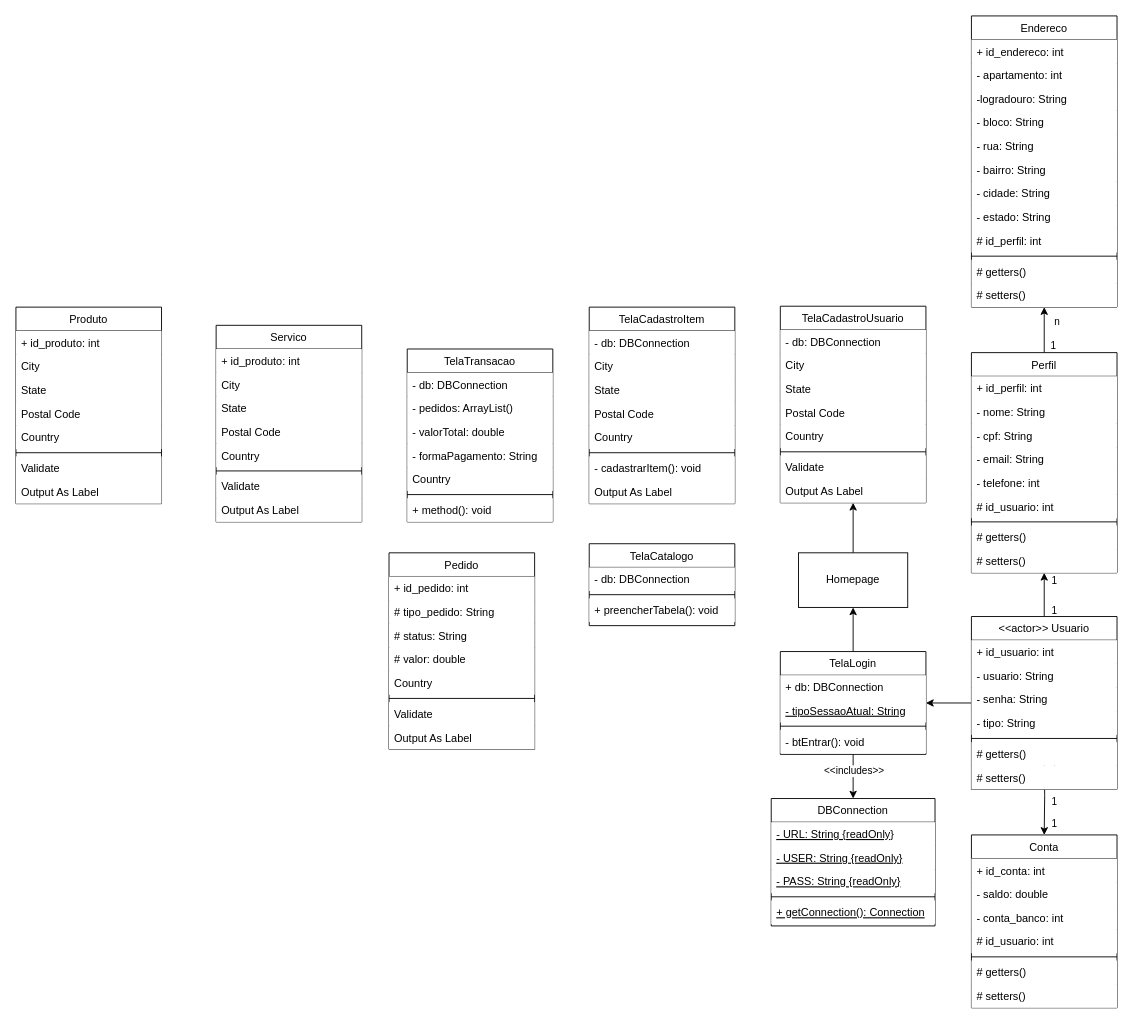
This is Diagrama sem nome.drawio from MolisaxD/VixMinSA, a draw.io file, before an edit. Source tidied: cells renumbered, new cells numbered last; positions are measured from the earlier drawing's top-left corner, leaving out a move shared by most shapes. Both pictures are drawn from the tidied source at 91%, with x=0, y=0 at pixel (15, 15).
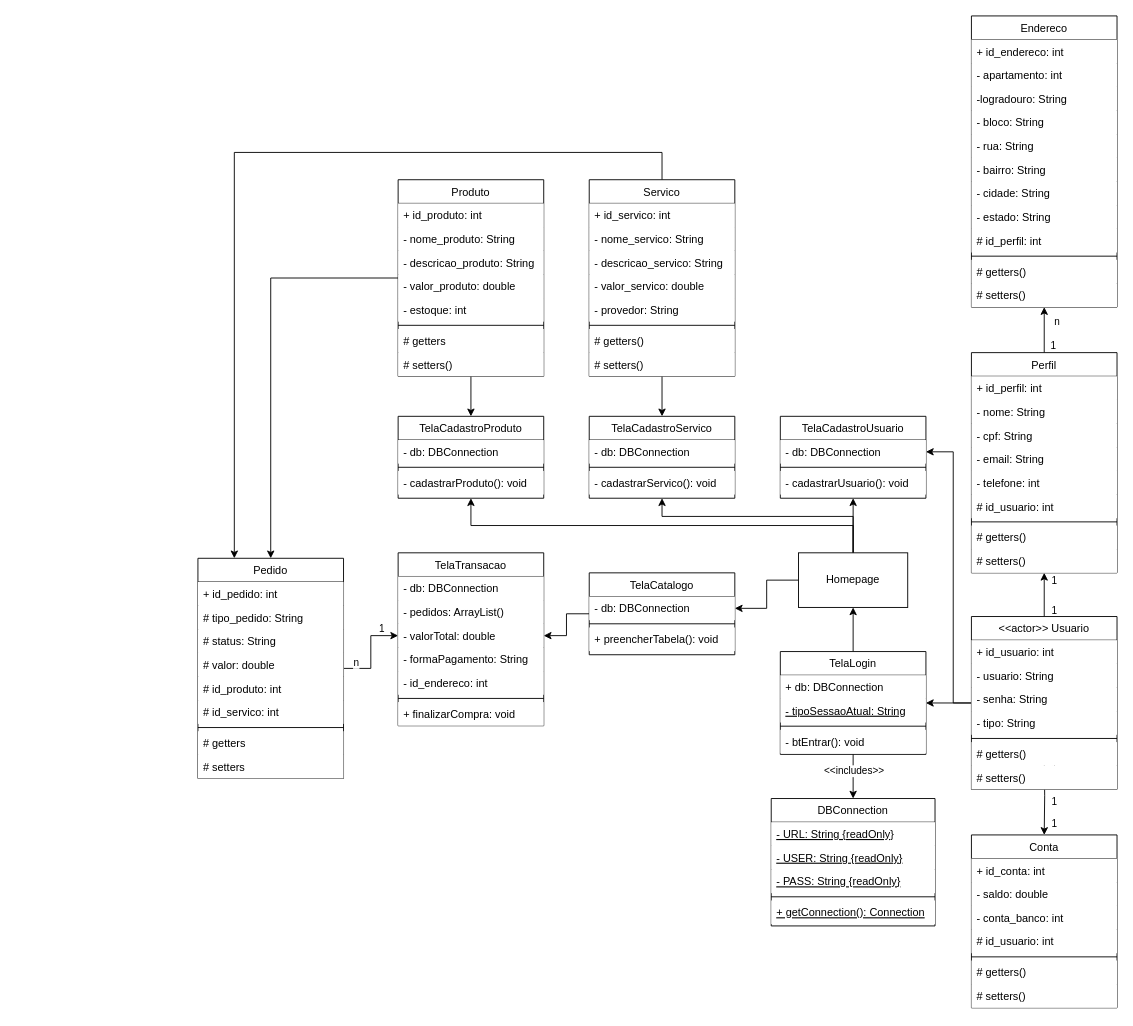
Above is the later version.

The change refers to these unchanged cells:
```xml
<mxCell id="18" value="&lt;&lt;actor&gt;&gt; Usuario" style="swimlane;fontStyle=0;align=center;verticalAlign=top;horizontal=1;startSize=26;rounded=0;shadow=0;strokeWidth=1;fillColor=default;gradientColor=none;" parent="1" vertex="1">
  <mxGeometry x="1050" y="660" width="160" height="190" as="geometry" />
</mxCell>
<mxCell id="85" value="Homepage" style="rounded=0;whiteSpace=wrap;html=1;" parent="1" vertex="1">
  <mxGeometry x="860" y="590" width="120" height="60" as="geometry" />
</mxCell>
<mxCell id="89" value="- valorTotal: double" style="text;align=left;verticalAlign=top;spacingLeft=4;spacingRight=4;overflow=hidden;points=[[0,0.5],[1,0.5]];portConstraint=eastwest;rounded=0;shadow=0;html=0;fillColor=default;" parent="86" vertex="1">
  <mxGeometry y="78" width="160" height="26" as="geometry" />
</mxCell>
<mxCell id="104" value="- db: DBConnection" style="text;align=left;verticalAlign=top;spacingLeft=4;spacingRight=4;overflow=hidden;points=[[0,0.5],[1,0.5]];portConstraint=eastwest;fillColor=default;" parent="103" vertex="1">
  <mxGeometry y="26" width="160" height="26" as="geometry" />
</mxCell>
<mxCell id="122" value="- db: DBConnection" style="text;align=left;verticalAlign=top;spacingLeft=4;spacingRight=4;overflow=hidden;points=[[0,0.5],[1,0.5]];portConstraint=eastwest;fillColor=default;" parent="121" vertex="1">
  <mxGeometry y="26" width="160" height="26" as="geometry" />
</mxCell>
```

Diff of the diagram source:
```diff
@@
+    <mxCell id="125" style="edgeStyle=orthogonalEdgeStyle;rounded=0;jettySize=auto;html=1;entryX=1;entryY=0.5;entryDx=0;entryDy=0;" parent="1" edge="1" source="18" target="104">
+      <mxGeometry relative="1" as="geometry">
+        <Array as="points">
+          <mxPoint x="1030" y="755" />
+          <mxPoint x="1030" y="479" />
+        </Array>
+      </mxGeometry>
+    </mxCell>
@@
+    <mxCell id="126" style="edgeStyle=orthogonalEdgeStyle;rounded=0;jettySize=auto;html=1;" parent="1" edge="1" source="32" target="112">
+      <mxGeometry relative="1" as="geometry" />
+    </mxCell>
+    <mxCell id="127" style="edgeStyle=orthogonalEdgeStyle;rounded=0;jettySize=auto;html=1;entryX=0.5;entryY=0;entryDx=0;entryDy=0;" parent="1" edge="1" source="32" target="94">
+      <mxGeometry relative="1" as="geometry" />
+    </mxCell>
     <mxCell id="32" value="Produto" style="swimlane;fontStyle=0;align=center;verticalAlign=top;horizontal=1;startSize=26;rounded=0;shadow=0;strokeWidth=1;fillColor=default;gradientColor=none;" parent="1" vertex="1">
-      <mxGeometry y="320" width="160" height="216" as="geometry" />
+      <mxGeometry x="420" y="180" width="160" height="216" as="geometry" />
     </mxCell>
@@
-    <mxCell id="34" value="City" style="text;align=left;verticalAlign=top;spacingLeft=4;spacingRight=4;overflow=hidden;rounded=0;shadow=0;html=0;fillColor=default;" parent="32" vertex="1">
+    <mxCell id="34" value="- nome_produto: String" style="text;align=left;verticalAlign=top;spacingLeft=4;spacingRight=4;overflow=hidden;rounded=0;shadow=0;html=0;fillColor=default;" parent="32" vertex="1">
       <mxGeometry y="52" width="160" height="26" as="geometry" />
     </mxCell>
-    <mxCell id="35" value="State" style="text;align=left;verticalAlign=top;spacingLeft=4;spacingRight=4;overflow=hidden;rounded=0;shadow=0;html=0;fillColor=default;" parent="32" vertex="1">
+    <mxCell id="35" value="- descricao_produto: String" style="text;align=left;verticalAlign=top;spacingLeft=4;spacingRight=4;overflow=hidden;rounded=0;shadow=0;html=0;fillColor=default;" parent="32" vertex="1">
       <mxGeometry y="78" width="160" height="26" as="geometry" />
     </mxCell>
-    <mxCell id="36" value="Postal Code" style="text;align=left;verticalAlign=top;spacingLeft=4;spacingRight=4;overflow=hidden;rounded=0;shadow=0;html=0;fillColor=default;" parent="32" vertex="1">
+    <mxCell id="36" value="- valor_produto: double" style="text;align=left;verticalAlign=top;spacingLeft=4;spacingRight=4;overflow=hidden;rounded=0;shadow=0;html=0;fillColor=default;" parent="32" vertex="1">
       <mxGeometry y="104" width="160" height="26" as="geometry" />
     </mxCell>
-    <mxCell id="37" value="Country" style="text;align=left;verticalAlign=top;spacingLeft=4;spacingRight=4;overflow=hidden;rounded=0;shadow=0;html=0;fillColor=default;" parent="32" vertex="1">
+    <mxCell id="37" value="- estoque: int" style="text;align=left;verticalAlign=top;spacingLeft=4;spacingRight=4;overflow=hidden;rounded=0;shadow=0;html=0;fillColor=default;" parent="32" vertex="1">
       <mxGeometry y="130" width="160" height="26" as="geometry" />
     </mxCell>
@@
-    <mxCell id="39" value="Validate" style="text;align=left;verticalAlign=top;spacingLeft=4;spacingRight=4;overflow=hidden;fillColor=default;" parent="32" vertex="1">
+    <mxCell id="39" value="# getters" style="text;align=left;verticalAlign=top;spacingLeft=4;spacingRight=4;overflow=hidden;fillColor=default;" parent="32" vertex="1">
       <mxGeometry y="164" width="160" height="26" as="geometry" />
     </mxCell>
-    <mxCell id="40" value="Output As Label" style="text;align=left;verticalAlign=top;spacingLeft=4;spacingRight=4;overflow=hidden;fillColor=default;" parent="32" vertex="1">
-      <mxGeometry y="190" width="160" height="26" as="geometry" />
-    </mxCell>
+    <mxCell id="128" value="# setters()" style="text;align=left;verticalAlign=top;spacingLeft=4;spacingRight=4;overflow=hidden;fillColor=default;" parent="32" vertex="1">
+      <mxGeometry y="190" width="160" height="26" as="geometry" />
+    </mxCell>
+    <mxCell id="129" style="edgeStyle=orthogonalEdgeStyle;rounded=0;jettySize=auto;html=1;" parent="1" edge="1" source="41" target="143">
+      <mxGeometry relative="1" as="geometry" />
+    </mxCell>
+    <mxCell id="130" style="edgeStyle=orthogonalEdgeStyle;rounded=0;jettySize=auto;html=1;entryX=0.25;entryY=0;entryDx=0;entryDy=0;" parent="1" edge="1" source="41" target="94">
+      <mxGeometry relative="1" as="geometry">
+        <Array as="points">
+          <mxPoint x="710" y="150" />
+          <mxPoint x="240" y="150" />
+        </Array>
+      </mxGeometry>
+    </mxCell>
     <mxCell id="41" value="Servico" style="swimlane;fontStyle=0;align=center;verticalAlign=top;horizontal=1;startSize=26;rounded=0;shadow=0;strokeWidth=1;fillColor=default;gradientColor=none;" parent="1" vertex="1">
-      <mxGeometry x="220" y="340" width="160" height="216" as="geometry" />
+      <mxGeometry x="630" y="180" width="160" height="216" as="geometry" />
     </mxCell>
-    <mxCell id="42" value="+ id_produto: int" style="text;align=left;verticalAlign=top;spacingLeft=4;spacingRight=4;overflow=hidden;fillColor=default;" parent="41" vertex="1">
+    <mxCell id="42" value="+ id_servico: int" style="text;align=left;verticalAlign=top;spacingLeft=4;spacingRight=4;overflow=hidden;fillColor=default;" parent="41" vertex="1">
       <mxGeometry y="26" width="160" height="26" as="geometry" />
     </mxCell>
-    <mxCell id="43" value="City" style="text;align=left;verticalAlign=top;spacingLeft=4;spacingRight=4;overflow=hidden;rounded=0;shadow=0;html=0;fillColor=default;" parent="41" vertex="1">
+    <mxCell id="43" value="- nome_servico: String" style="text;align=left;verticalAlign=top;spacingLeft=4;spacingRight=4;overflow=hidden;rounded=0;shadow=0;html=0;fillColor=default;" parent="41" vertex="1">
       <mxGeometry y="52" width="160" height="26" as="geometry" />
     </mxCell>
-    <mxCell id="44" value="State" style="text;align=left;verticalAlign=top;spacingLeft=4;spacingRight=4;overflow=hidden;rounded=0;shadow=0;html=0;fillColor=default;" parent="41" vertex="1">
+    <mxCell id="44" value="- descricao_servico: String" style="text;align=left;verticalAlign=top;spacingLeft=4;spacingRight=4;overflow=hidden;rounded=0;shadow=0;html=0;fillColor=default;" parent="41" vertex="1">
       <mxGeometry y="78" width="160" height="26" as="geometry" />
     </mxCell>
-    <mxCell id="45" value="Postal Code" style="text;align=left;verticalAlign=top;spacingLeft=4;spacingRight=4;overflow=hidden;rounded=0;shadow=0;html=0;fillColor=default;" parent="41" vertex="1">
+    <mxCell id="45" value="- valor_servico: double" style="text;align=left;verticalAlign=top;spacingLeft=4;spacingRight=4;overflow=hidden;rounded=0;shadow=0;html=0;fillColor=default;" parent="41" vertex="1">
       <mxGeometry y="104" width="160" height="26" as="geometry" />
     </mxCell>
-    <mxCell id="46" value="Country" style="text;align=left;verticalAlign=top;spacingLeft=4;spacingRight=4;overflow=hidden;rounded=0;shadow=0;html=0;fillColor=default;" parent="41" vertex="1">
+    <mxCell id="46" value="- provedor: String" style="text;align=left;verticalAlign=top;spacingLeft=4;spacingRight=4;overflow=hidden;rounded=0;shadow=0;html=0;fillColor=default;" parent="41" vertex="1">
       <mxGeometry y="130" width="160" height="26" as="geometry" />
     </mxCell>
@@
-    <mxCell id="48" value="Validate" style="text;align=left;verticalAlign=top;spacingLeft=4;spacingRight=4;overflow=hidden;fillColor=default;" parent="41" vertex="1">
+    <mxCell id="48" value="# getters()" style="text;align=left;verticalAlign=top;spacingLeft=4;spacingRight=4;overflow=hidden;fillColor=default;" parent="41" vertex="1">
       <mxGeometry y="164" width="160" height="26" as="geometry" />
     </mxCell>
-    <mxCell id="49" value="Output As Label" style="text;align=left;verticalAlign=top;spacingLeft=4;spacingRight=4;overflow=hidden;fillColor=default;" parent="41" vertex="1">
-      <mxGeometry y="190" width="160" height="26" as="geometry" />
-    </mxCell>
+    <mxCell id="131" value="# setters()" style="text;align=left;verticalAlign=top;spacingLeft=4;spacingRight=4;overflow=hidden;fillColor=default;" parent="41" vertex="1">
+      <mxGeometry y="190" width="160" height="26" as="geometry" />
+    </mxCell>
@@
+    <mxCell id="132" style="edgeStyle=orthogonalEdgeStyle;rounded=0;jettySize=auto;html=1;entryX=0.5;entryY=1;entryDx=0;entryDy=0;" parent="1" edge="1" source="85" target="143">
+      <mxGeometry relative="1" as="geometry">
+        <Array as="points">
+          <mxPoint x="920" y="550" />
+          <mxPoint x="710" y="550" />
+        </Array>
+      </mxGeometry>
+    </mxCell>
+    <mxCell id="133" style="edgeStyle=orthogonalEdgeStyle;rounded=0;jettySize=auto;html=1;entryX=0.5;entryY=1;entryDx=0;entryDy=0;" parent="1" edge="1" source="85" target="112">
+      <mxGeometry relative="1" as="geometry">
+        <Array as="points">
+          <mxPoint x="920" y="560" />
+          <mxPoint x="500" y="560" />
+        </Array>
+      </mxGeometry>
+    </mxCell>
+    <mxCell id="134" style="edgeStyle=orthogonalEdgeStyle;rounded=0;jettySize=auto;html=1;" parent="1" edge="1" source="85" target="122">
+      <mxGeometry relative="1" as="geometry" />
+    </mxCell>
@@
     <mxCell id="86" value="TelaTransacao" style="swimlane;fontStyle=0;align=center;verticalAlign=top;horizontal=1;startSize=26;rounded=0;shadow=0;strokeWidth=1;fillColor=default;gradientColor=none;" parent="1" vertex="1">
-      <mxGeometry x="430" y="366" width="160" height="190" as="geometry" />
+      <mxGeometry x="420" y="590" width="160" height="190" as="geometry" />
     </mxCell>
@@
-    <mxCell id="91" value="Country" style="text;align=left;verticalAlign=top;spacingLeft=4;spacingRight=4;overflow=hidden;rounded=0;shadow=0;html=0;fillColor=default;" parent="86" vertex="1">
-      <mxGeometry y="130" width="160" height="26" as="geometry" />
-    </mxCell>
+    <mxCell id="135" value="- id_endereco: int" style="text;align=left;verticalAlign=top;spacingLeft=4;spacingRight=4;overflow=hidden;rounded=0;shadow=0;html=0;fillColor=default;" parent="86" vertex="1">
+      <mxGeometry y="130" width="160" height="26" as="geometry" />
+    </mxCell>
@@
-    <mxCell id="93" value="+ method(): void " style="text;align=left;verticalAlign=top;spacingLeft=4;spacingRight=4;overflow=hidden;fillColor=default;" parent="86" vertex="1">
+    <mxCell id="93" value="+ finalizarCompra: void " style="text;align=left;verticalAlign=top;spacingLeft=4;spacingRight=4;overflow=hidden;fillColor=default;" parent="86" vertex="1">
       <mxGeometry y="164" width="160" height="26" as="geometry" />
     </mxCell>
+    <mxCell id="136" style="edgeStyle=orthogonalEdgeStyle;rounded=0;jettySize=auto;html=1;entryX=0;entryY=0.5;entryDx=0;entryDy=0;" parent="1" edge="1" source="94" target="89">
+      <mxGeometry relative="1" as="geometry" />
+    </mxCell>
+    <mxCell id="137" value="1" style="edgeLabel;html=1;align=center;verticalAlign=middle;" parent="136" vertex="1">
+      <mxGeometry x="0.6" y="1" relative="1" as="geometry">
+        <mxPoint y="-8" as="offset" />
+      </mxGeometry>
+    </mxCell>
+    <mxCell id="138" value="n" style="edgeLabel;html=1;align=center;verticalAlign=middle;" parent="136" vertex="1">
+      <mxGeometry x="-0.83" relative="1" as="geometry">
+        <mxPoint x="5" y="-7" as="offset" />
+      </mxGeometry>
+    </mxCell>
     <mxCell id="94" value="Pedido" style="swimlane;fontStyle=0;align=center;verticalAlign=top;horizontal=1;startSize=26;rounded=0;shadow=0;strokeWidth=1;fillColor=default;gradientColor=none;" parent="1" vertex="1">
-      <mxGeometry x="410" y="590" width="160" height="216" as="geometry" />
+      <mxGeometry x="200" y="596" width="160" height="242" as="geometry" />
     </mxCell>
@@
-    <mxCell id="99" value="Country" style="text;align=left;verticalAlign=top;spacingLeft=4;spacingRight=4;overflow=hidden;rounded=0;shadow=0;html=0;fillColor=default;" parent="94" vertex="1">
-      <mxGeometry y="130" width="160" height="26" as="geometry" />
-    </mxCell>
+    <mxCell id="139" value="# id_produto: int" style="text;align=left;verticalAlign=top;spacingLeft=4;spacingRight=4;overflow=hidden;rounded=0;shadow=0;html=0;fillColor=default;" parent="94" vertex="1">
+      <mxGeometry y="130" width="160" height="26" as="geometry" />
+    </mxCell>
+    <mxCell id="140" value="# id_servico: int" style="text;align=left;verticalAlign=top;spacingLeft=4;spacingRight=4;overflow=hidden;rounded=0;shadow=0;html=0;fillColor=default;" parent="94" vertex="1">
+      <mxGeometry y="156" width="160" height="26" as="geometry" />
+    </mxCell>
     <mxCell id="100" style="line;html=1;strokeWidth=1;align=left;verticalAlign=middle;spacingTop=-1;spacingLeft=3;spacingRight=3;labelPosition=right;" parent="94" vertex="1">
-      <mxGeometry y="156" width="160" height="8" as="geometry" />
+      <mxGeometry y="182" width="160" height="8" as="geometry" />
     </mxCell>
-    <mxCell id="101" value="Validate" style="text;align=left;verticalAlign=top;spacingLeft=4;spacingRight=4;overflow=hidden;fillColor=default;" parent="94" vertex="1">
-      <mxGeometry y="164" width="160" height="26" as="geometry" />
+    <mxCell id="101" value="# getters" style="text;align=left;verticalAlign=top;spacingLeft=4;spacingRight=4;overflow=hidden;fillColor=default;" parent="94" vertex="1">
+      <mxGeometry y="190" width="160" height="26" as="geometry" />
     </mxCell>
-    <mxCell id="102" value="Output As Label" style="text;align=left;verticalAlign=top;spacingLeft=4;spacingRight=4;overflow=hidden;fillColor=default;" parent="94" vertex="1">
-      <mxGeometry y="190" width="160" height="26" as="geometry" />
-    </mxCell>
+    <mxCell id="141" value="# setters" style="text;align=left;verticalAlign=top;spacingLeft=4;spacingRight=4;overflow=hidden;fillColor=default;" parent="94" vertex="1">
+      <mxGeometry y="216" width="160" height="26" as="geometry" />
+    </mxCell>
     <mxCell id="103" value="TelaCadastroUsuario" style="swimlane;fontStyle=0;align=center;verticalAlign=top;horizontal=1;startSize=26;rounded=0;shadow=0;strokeWidth=1;fillColor=default;gradientColor=none;" parent="1" vertex="1">
-      <mxGeometry x="840" y="319" width="160" height="216" as="geometry" />
+      <mxGeometry x="840" y="440" width="160" height="90" as="geometry" />
     </mxCell>
@@
-    <mxCell id="105" value="City" style="text;align=left;verticalAlign=top;spacingLeft=4;spacingRight=4;overflow=hidden;rounded=0;shadow=0;html=0;fillColor=default;" parent="103" vertex="1">
-      <mxGeometry y="52" width="160" height="26" as="geometry" />
-    </mxCell>
-    <mxCell id="106" value="State" style="text;align=left;verticalAlign=top;spacingLeft=4;spacingRight=4;overflow=hidden;rounded=0;shadow=0;html=0;fillColor=default;" parent="103" vertex="1">
-      <mxGeometry y="78" width="160" height="26" as="geometry" />
-    </mxCell>
-    <mxCell id="107" value="Postal Code" style="text;align=left;verticalAlign=top;spacingLeft=4;spacingRight=4;overflow=hidden;rounded=0;shadow=0;html=0;fillColor=default;" parent="103" vertex="1">
-      <mxGeometry y="104" width="160" height="26" as="geometry" />
-    </mxCell>
-    <mxCell id="108" value="Country" style="text;align=left;verticalAlign=top;spacingLeft=4;spacingRight=4;overflow=hidden;rounded=0;shadow=0;html=0;fillColor=default;" parent="103" vertex="1">
-      <mxGeometry y="130" width="160" height="26" as="geometry" />
-    </mxCell>
     <mxCell id="109" style="line;html=1;strokeWidth=1;align=left;verticalAlign=middle;spacingTop=-1;spacingLeft=3;spacingRight=3;labelPosition=right;" parent="103" vertex="1">
-      <mxGeometry y="156" width="160" height="8" as="geometry" />
+      <mxGeometry y="52" width="160" height="8" as="geometry" />
     </mxCell>
-    <mxCell id="110" value="Validate" style="text;align=left;verticalAlign=top;spacingLeft=4;spacingRight=4;overflow=hidden;fillColor=default;" parent="103" vertex="1">
-      <mxGeometry y="164" width="160" height="26" as="geometry" />
+    <mxCell id="110" value="- cadastrarUsuario(): void" style="text;align=left;verticalAlign=top;spacingLeft=4;spacingRight=4;overflow=hidden;fillColor=default;" parent="103" vertex="1">
+      <mxGeometry y="60" width="160" height="26" as="geometry" />
     </mxCell>
-    <mxCell id="111" value="Output As Label" style="text;align=left;verticalAlign=top;spacingLeft=4;spacingRight=4;overflow=hidden;fillColor=default;" parent="103" vertex="1">
-      <mxGeometry y="190" width="160" height="26" as="geometry" />
-    </mxCell>
-    <mxCell id="112" value="TelaCadastroItem" style="swimlane;fontStyle=0;align=center;verticalAlign=top;horizontal=1;startSize=26;rounded=0;shadow=0;strokeWidth=1;fillColor=default;gradientColor=none;" parent="1" vertex="1">
-      <mxGeometry x="630" y="320" width="160" height="216" as="geometry" />
+    <mxCell id="112" value="TelaCadastroProduto" style="swimlane;fontStyle=0;align=center;verticalAlign=top;horizontal=1;startSize=26;rounded=0;shadow=0;strokeWidth=1;fillColor=default;gradientColor=none;" parent="1" vertex="1">
+      <mxGeometry x="420" y="440" width="160" height="90" as="geometry" />
     </mxCell>
@@
-    <mxCell id="114" value="City" style="text;align=left;verticalAlign=top;spacingLeft=4;spacingRight=4;overflow=hidden;rounded=0;shadow=0;html=0;fillColor=default;" parent="112" vertex="1">
-      <mxGeometry y="52" width="160" height="26" as="geometry" />
-    </mxCell>
-    <mxCell id="115" value="State" style="text;align=left;verticalAlign=top;spacingLeft=4;spacingRight=4;overflow=hidden;rounded=0;shadow=0;html=0;fillColor=default;" parent="112" vertex="1">
-      <mxGeometry y="78" width="160" height="26" as="geometry" />
-    </mxCell>
-    <mxCell id="116" value="Postal Code" style="text;align=left;verticalAlign=top;spacingLeft=4;spacingRight=4;overflow=hidden;rounded=0;shadow=0;html=0;fillColor=default;" parent="112" vertex="1">
-      <mxGeometry y="104" width="160" height="26" as="geometry" />
-    </mxCell>
-    <mxCell id="117" value="Country" style="text;align=left;verticalAlign=top;spacingLeft=4;spacingRight=4;overflow=hidden;rounded=0;shadow=0;html=0;fillColor=default;" parent="112" vertex="1">
-      <mxGeometry y="130" width="160" height="26" as="geometry" />
-    </mxCell>
     <mxCell id="118" style="line;html=1;strokeWidth=1;align=left;verticalAlign=middle;spacingTop=-1;spacingLeft=3;spacingRight=3;labelPosition=right;" parent="112" vertex="1">
-      <mxGeometry y="156" width="160" height="8" as="geometry" />
+      <mxGeometry y="52" width="160" height="8" as="geometry" />
     </mxCell>
-    <mxCell id="119" value="- cadastrarItem(): void" style="text;align=left;verticalAlign=top;spacingLeft=4;spacingRight=4;overflow=hidden;fillColor=default;" parent="112" vertex="1">
-      <mxGeometry y="164" width="160" height="26" as="geometry" />
+    <mxCell id="119" value="- cadastrarProduto(): void" style="text;align=left;verticalAlign=top;spacingLeft=4;spacingRight=4;overflow=hidden;fillColor=default;" parent="112" vertex="1">
+      <mxGeometry y="60" width="160" height="26" as="geometry" />
     </mxCell>
-    <mxCell id="120" value="Output As Label" style="text;align=left;verticalAlign=top;spacingLeft=4;spacingRight=4;overflow=hidden;fillColor=default;" parent="112" vertex="1">
-      <mxGeometry y="190" width="160" height="26" as="geometry" />
-    </mxCell>
+    <mxCell id="142" style="edgeStyle=orthogonalEdgeStyle;rounded=0;jettySize=auto;html=1;entryX=1;entryY=0.5;entryDx=0;entryDy=0;" parent="1" edge="1" source="121" target="89">
+      <mxGeometry relative="1" as="geometry" />
+    </mxCell>
     <mxCell id="121" value="TelaCatalogo" style="swimlane;fontStyle=0;align=center;verticalAlign=top;horizontal=1;startSize=26;rounded=0;shadow=0;strokeWidth=1;fillColor=default;gradientColor=none;" parent="1" vertex="1">
-      <mxGeometry x="630" y="580" width="160" height="90" as="geometry" />
+      <mxGeometry x="630" y="612" width="160" height="90" as="geometry" />
     </mxCell>
@@
+    <mxCell id="143" value="TelaCadastroServico" style="swimlane;fontStyle=0;align=center;verticalAlign=top;horizontal=1;startSize=26;rounded=0;shadow=0;strokeWidth=1;fillColor=default;gradientColor=none;" parent="1" vertex="1">
+      <mxGeometry x="630" y="440" width="160" height="90" as="geometry" />
+    </mxCell>
+    <mxCell id="144" value="- db: DBConnection" style="text;align=left;verticalAlign=top;spacingLeft=4;spacingRight=4;overflow=hidden;fillColor=default;" parent="143" vertex="1">
+      <mxGeometry y="26" width="160" height="26" as="geometry" />
+    </mxCell>
+    <mxCell id="145" style="line;html=1;strokeWidth=1;align=left;verticalAlign=middle;spacingTop=-1;spacingLeft=3;spacingRight=3;labelPosition=right;" parent="143" vertex="1">
+      <mxGeometry y="52" width="160" height="8" as="geometry" />
+    </mxCell>
+    <mxCell id="146" value="- cadastrarServico(): void" style="text;align=left;verticalAlign=top;spacingLeft=4;spacingRight=4;overflow=hidden;fillColor=default;" parent="143" vertex="1">
+      <mxGeometry y="60" width="160" height="26" as="geometry" />
+    </mxCell>
```
